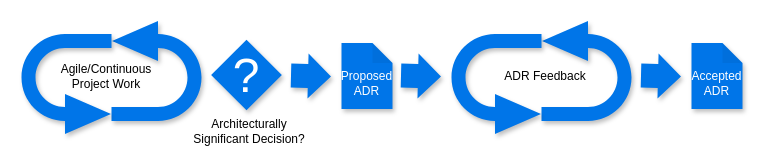
This is assets/drawio/architecture-decision-record-process.drawio from steffenmueller4/steffenmueller4.github.io, a draw.io file, before an edit. Source tidied: cells renumbered, new cells numbered last; positions are measured from the earlier drawing's top-left corner, leaving out a move shared by most shapes. Both pictures are drawn from the tidied source at 100%, with x=0, y=0 at pixel (21, 20).
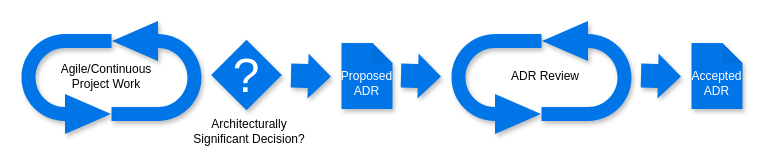
Above is the later version.

The edit, as a diff of the source:
```diff
@@
 <mxGraphModel>
   <root>
     <mxCell id="0" />
     <mxCell id="1" parent="0" />
     <mxCell id="2" style="html=1;shadow=1;dashed=0;align=center;verticalAlign=middle;shape=mxgraph.arrows2.uTurnArrow;dy=7;arrowHead=40;dx2=46;rotation=-180;flipV=1;fillColor=#0075E8;strokeColor=none;" parent="1" vertex="1">
       <mxGeometry x="90" y="0.5" width="90" height="100" as="geometry" />
     </mxCell>
     <mxCell id="3" style="html=1;shadow=1;dashed=0;align=center;verticalAlign=middle;shape=mxgraph.arrows2.uTurnArrow;dy=7;arrowHead=40;dx2=46;rotation=0;flipV=1;fillColor=#0075E8;strokeColor=none;" parent="1" vertex="1">
       <mxGeometry y="13.5" width="90" height="100" as="geometry" />
     </mxCell>
     <mxCell id="4" style="shape=flexArrow;endArrow=classic;html=1;width=24;endSize=7.33;fillColor=#0075E8;shadow=1;strokeColor=none;" parent="1" edge="1">
       <mxGeometry relative="1" as="geometry">
         <mxPoint x="269" y="55" as="sourcePoint" />
         <mxPoint x="310" y="56" as="targetPoint" />
       </mxGeometry>
     </mxCell>
     <mxCell id="5" value="Agile/Continuous&lt;br&gt;Project Work" style="text;html=1;strokeColor=none;fillColor=none;align=center;verticalAlign=middle;whiteSpace=wrap;rounded=0;" parent="1" vertex="1">
       <mxGeometry x="10" y="45.5" width="150" height="20" as="geometry" />
     </mxCell>
     <mxCell id="6" style="rounded=0;whiteSpace=wrap;html=1;rotation=-45;fillColor=#0075E8;shadow=1;strokeColor=none;" parent="1" vertex="1">
       <mxGeometry x="200" y="29.5" width="50" height="50" as="geometry" />
     </mxCell>
     <mxCell id="7" value="?" style="text;html=1;align=center;verticalAlign=middle;whiteSpace=wrap;rounded=0;fontSize=48;fontColor=#FFFFFF;" parent="1" vertex="1">
       <mxGeometry x="203" y="37.8" width="44" height="33.5" as="geometry" />
     </mxCell>
     <mxCell id="8" value="Architecturally Significant Decision?" style="text;html=1;strokeColor=none;fillColor=none;align=center;verticalAlign=middle;whiteSpace=wrap;rounded=0;fontSize=12;" parent="1" vertex="1">
       <mxGeometry x="167.5" y="90.5" width="120" height="40" as="geometry" />
     </mxCell>
-    <mxCell id="9" value="ADR Feedback" style="text;html=1;strokeColor=none;fillColor=none;align=center;verticalAlign=middle;whiteSpace=wrap;rounded=0;" parent="1" vertex="1">
+    <mxCell id="9" value="ADR Review" style="text;html=1;strokeColor=none;fillColor=none;align=center;verticalAlign=middle;whiteSpace=wrap;rounded=0;" parent="1" vertex="1">
       <mxGeometry x="449" y="45.5" width="150" height="20" as="geometry" />
     </mxCell>
     <mxCell id="10" value="&lt;br&gt;Proposed&lt;br&gt;ADR" style="shape=note;whiteSpace=wrap;html=1;backgroundOutline=1;darkOpacity=0.05;fontSize=12;size=20;fillColor=#0075E8;shadow=1;fontColor=#FFFFFF;strokeColor=none;" parent="1" vertex="1">
       <mxGeometry x="320" y="22.6" width="51" height="65.8" as="geometry" />
     </mxCell>
     <mxCell id="11" style="shape=flexArrow;endArrow=classic;html=1;width=24;endSize=7.33;fillColor=#0075E8;shadow=1;strokeColor=none;" parent="1" edge="1">
       <mxGeometry relative="1" as="geometry">
         <mxPoint x="379" y="55" as="sourcePoint" />
         <mxPoint x="420" y="56" as="targetPoint" />
       </mxGeometry>
     </mxCell>
     <mxCell id="12" style="shape=flexArrow;endArrow=classic;html=1;width=24;endSize=7.33;fillColor=#0075E8;shadow=1;strokeColor=none;" parent="1" edge="1">
       <mxGeometry relative="1" as="geometry">
         <mxPoint x="619" y="55" as="sourcePoint" />
         <mxPoint x="660" y="56" as="targetPoint" />
       </mxGeometry>
     </mxCell>
     <mxCell id="13" value="&lt;br&gt;Accepted&lt;br&gt;ADR" style="shape=note;whiteSpace=wrap;html=1;backgroundOutline=1;darkOpacity=0.05;fontSize=12;size=20;fillColor=#0075E8;shadow=1;fontColor=#FFFFFF;strokeColor=none;" parent="1" vertex="1">
       <mxGeometry x="670" y="22.6" width="51" height="65.8" as="geometry" />
     </mxCell>
     <mxCell id="14" style="html=1;shadow=1;dashed=0;align=center;verticalAlign=middle;shape=mxgraph.arrows2.uTurnArrow;dy=7;arrowHead=40;dx2=46;rotation=-180;flipV=1;fillColor=#0075E8;strokeColor=none;" parent="1" vertex="1">
       <mxGeometry x="520" y="0.5" width="90" height="100" as="geometry" />
     </mxCell>
     <mxCell id="15" style="html=1;shadow=1;dashed=0;align=center;verticalAlign=middle;shape=mxgraph.arrows2.uTurnArrow;dy=7;arrowHead=40;dx2=46;rotation=0;flipV=1;fillColor=#0075E8;strokeColor=none;" parent="1" vertex="1">
       <mxGeometry x="430" y="13.5" width="90" height="100" as="geometry" />
     </mxCell>
   </root>
 </mxGraphModel>
```
